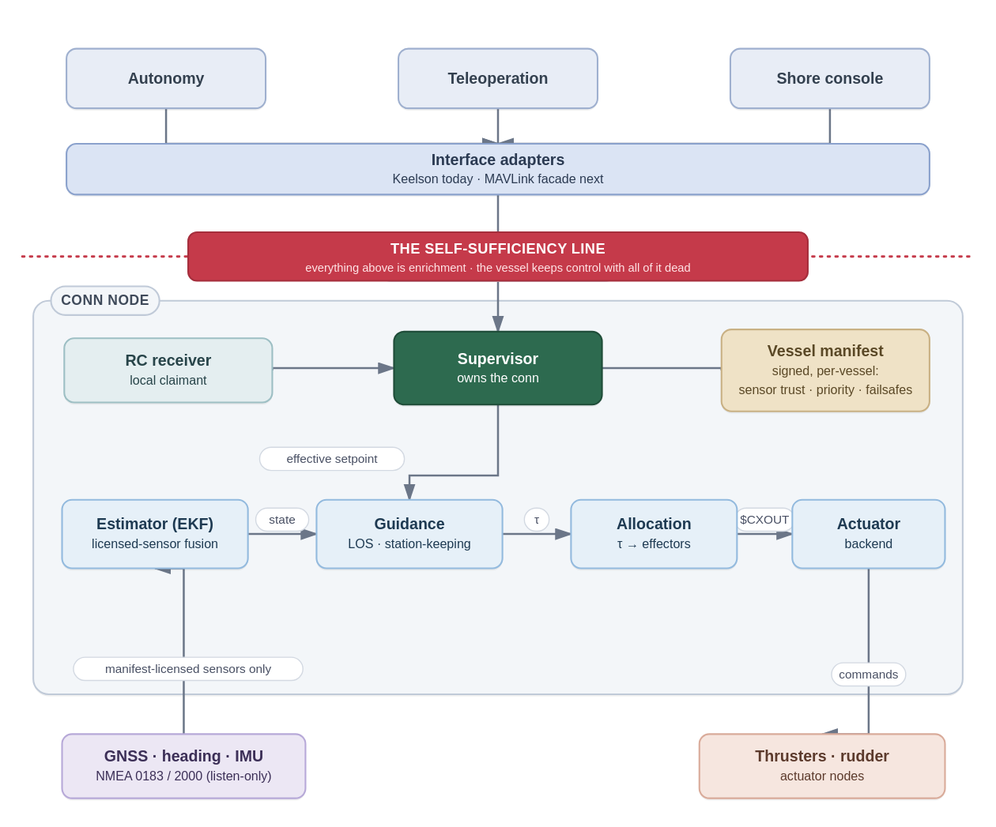
Earlier version of the draw.io export docs/architecture.drawio.svg (freol35241/coxswain). Source tidied: cells renumbered, new cells last; positions are measured from the earlier drawing's top-left corner, leaving out a move shared by most shapes.
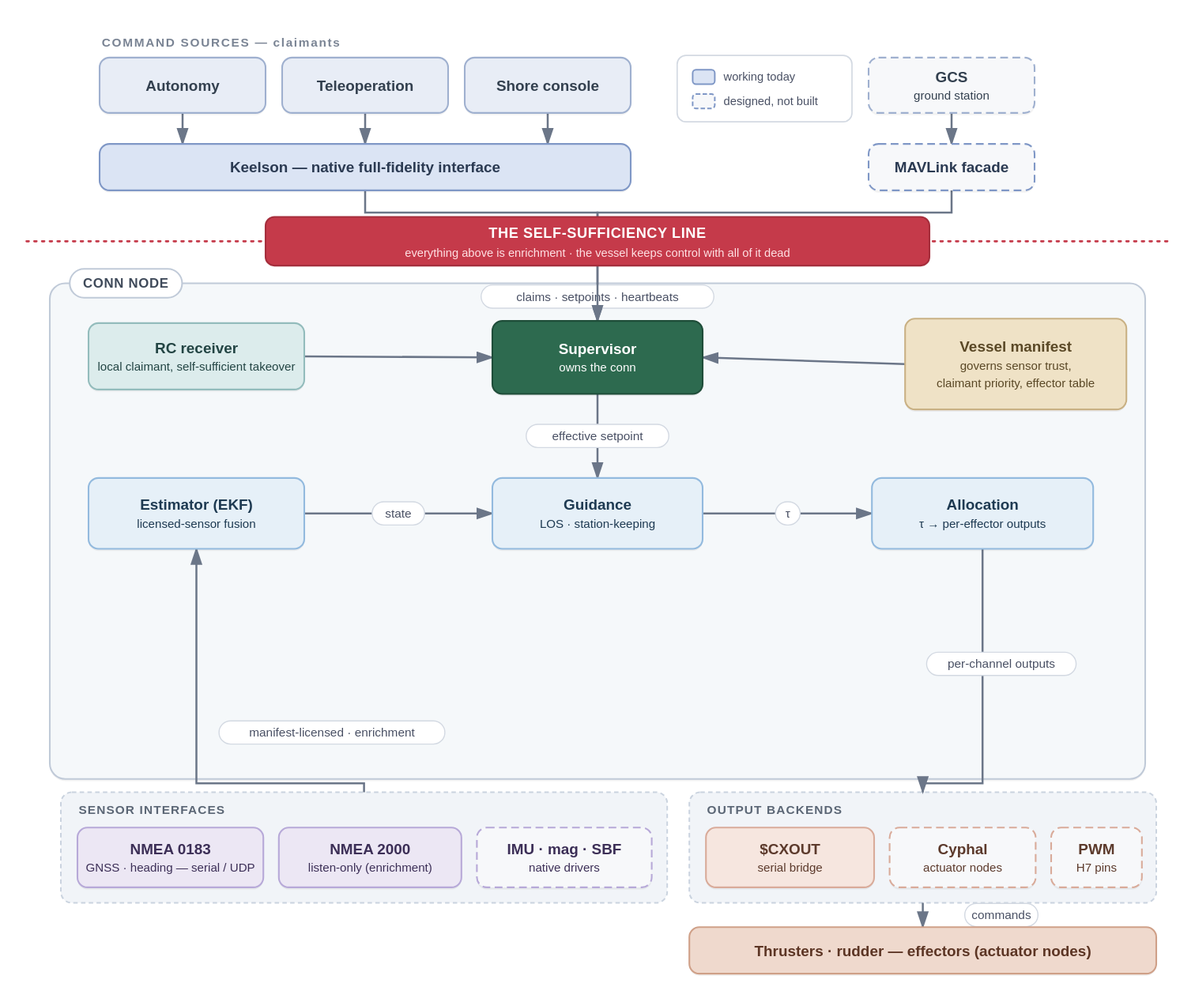
Above is the later version.

Commit message:
README: redraw architecture as three adapter families with build status

What changed in the source:
```diff
@@ -2,86 +2,116 @@
   <root>
     <mxCell id="0" />
     <mxCell id="1" parent="0" />
-    <mxCell id="2" value="CONN NODE" style="rounded=1;arcSize=10;whiteSpace=wrap;html=1;fillColor=#f3f6f9;strokeColor=#c0cad8;fontColor=#4a5568;verticalAlign=top;fontStyle=1;fontSize=12;spacingTop=6;" parent="1" vertex="1">
-      <mxGeometry y="228" width="840" height="356" as="geometry" />
+    <mxCell id="2" value="CONN NODE" style="rounded=1;arcSize=10;whiteSpace=wrap;html=1;strokeColor=#c0cad8;fontColor=#4a5568;fillColor=#f5f8fa;verticalAlign=top;fontStyle=1;fontSize=12;spacingTop=6;dashed=0;" parent="1" vertex="1">
+      <mxGeometry x="15" y="212" width="990" height="448" as="geometry" />
     </mxCell>
+    <mxCell id="29" value="SENSOR INTERFACES" style="rounded=1;arcSize=6;whiteSpace=wrap;html=1;dashed=1;dashPattern=4 3;fillColor=#f1f4f8;strokeColor=#cad3df;fontColor=#5b6675;verticalAlign=top;align=left;spacingLeft=14;spacingTop=6;fontStyle=1;fontSize=11;" parent="1" vertex="1">
+      <mxGeometry x="25" y="672" width="548" height="100" as="geometry" />
+    </mxCell>
+    <mxCell id="30" value="OUTPUT BACKENDS" style="rounded=1;arcSize=6;whiteSpace=wrap;html=1;dashed=1;dashPattern=4 3;fillColor=#f1f4f8;strokeColor=#cad3df;fontColor=#5b6675;verticalAlign=top;align=left;spacingLeft=14;spacingTop=6;fontStyle=1;fontSize=11;" parent="1" vertex="1">
+      <mxGeometry x="593" y="672" width="422" height="100" as="geometry" />
+    </mxCell>
-    <mxCell id="3" value="Autonomy" style="rounded=1;arcSize=10;whiteSpace=wrap;html=1;fillColor=#e8edf6;strokeColor=#9fb0cf;fontColor=#33404f;" parent="1" vertex="1">
-      <mxGeometry x="30" width="180" height="54" as="geometry" />
+    <mxCell id="3" value="Autonomy" style="rounded=1;arcSize=10;whiteSpace=wrap;html=1;strokeColor=#9fb0cf;fontColor=#33404f;fillColor=#e8edf6;" parent="1" vertex="1">
+      <mxGeometry x="60" y="8" width="150" height="50" as="geometry" />
     </mxCell>
-    <mxCell id="4" value="Teleoperation" style="rounded=1;arcSize=10;whiteSpace=wrap;html=1;fillColor=#e8edf6;strokeColor=#9fb0cf;fontColor=#33404f;" parent="1" vertex="1">
-      <mxGeometry x="330" width="180" height="54" as="geometry" />
+    <mxCell id="4" value="Teleoperation" style="rounded=1;arcSize=10;whiteSpace=wrap;html=1;strokeColor=#9fb0cf;fontColor=#33404f;fillColor=#e8edf6;" parent="1" vertex="1">
+      <mxGeometry x="225" y="8" width="150" height="50" as="geometry" />
     </mxCell>
-    <mxCell id="5" value="Shore console" style="rounded=1;arcSize=10;whiteSpace=wrap;html=1;fillColor=#e8edf6;strokeColor=#9fb0cf;fontColor=#33404f;" parent="1" vertex="1">
-      <mxGeometry x="630" width="180" height="54" as="geometry" />
+    <mxCell id="5" value="Shore console" style="rounded=1;arcSize=10;whiteSpace=wrap;html=1;strokeColor=#9fb0cf;fontColor=#33404f;fillColor=#e8edf6;" parent="1" vertex="1">
+      <mxGeometry x="390" y="8" width="150" height="50" as="geometry" />
     </mxCell>
-    <mxCell id="6" value="&lt;b&gt;Interface adapters&lt;/b&gt;&lt;br&gt;&lt;font style='font-size:10px'&gt;Keelson today  ·  MAVLink facade next&lt;/font&gt;" style="rounded=1;arcSize=10;whiteSpace=wrap;html=1;fillColor=#dbe4f4;strokeColor=#8aa1cc;fontColor=#2b3a52;" parent="1" vertex="1">
-      <mxGeometry x="30" y="86" width="780" height="46" as="geometry" />
-    </mxCell>
+    <mxCell id="31" value="&lt;b&gt;GCS&lt;/b&gt;&lt;br&gt;&lt;font style='font-size:10px'&gt;ground station&lt;/font&gt;" style="rounded=1;arcSize=10;whiteSpace=wrap;html=1;strokeColor=#9fb0cf;fontColor=#33404f;fillColor=#f7f8fa;dashed=1;" parent="1" vertex="1">
+      <mxGeometry x="755" y="8" width="150" height="50" as="geometry" />
+    </mxCell>
+    <mxCell id="32" value="Keelson  —  native full-fidelity interface" style="rounded=1;arcSize=10;whiteSpace=wrap;html=1;strokeColor=#7f97c6;fontColor=#2b3a52;fillColor=#dbe4f4;" parent="1" vertex="1">
+      <mxGeometry x="60" y="86" width="480" height="42" as="geometry" />
+    </mxCell>
+    <mxCell id="33" value="MAVLink facade" style="rounded=1;arcSize=10;whiteSpace=wrap;html=1;strokeColor=#7f97c6;fontColor=#2b3a52;fillColor=#f7f8fa;dashed=1;" parent="1" vertex="1">
+      <mxGeometry x="755" y="86" width="150" height="42" as="geometry" />
+    </mxCell>
-    <mxCell id="7" value="&lt;b&gt;RC receiver&lt;/b&gt;&lt;br&gt;&lt;font style='font-size:10px'&gt;local claimant&lt;/font&gt;" style="rounded=1;arcSize=10;whiteSpace=wrap;html=1;fillColor=#e4eef0;strokeColor=#9dbfc4;fontColor=#274449;" parent="1" vertex="1">
-      <mxGeometry x="28" y="262" width="188" height="58" as="geometry" />
+    <mxCell id="7" value="&lt;b&gt;RC receiver&lt;/b&gt;&lt;br&gt;&lt;font style='font-size:10px'&gt;local claimant, self-sufficient takeover&lt;/font&gt;" style="rounded=1;arcSize=10;whiteSpace=wrap;html=1;strokeColor=#93bcbc;fontColor=#234544;fillColor=#dcecec;" parent="1" vertex="1">
+      <mxGeometry x="50" y="248" width="195" height="60" as="geometry" />
     </mxCell>
-    <mxCell id="8" value="&lt;b&gt;Supervisor&lt;/b&gt;&lt;br&gt;&lt;font style='font-size:10px'&gt;owns the conn&lt;/font&gt;" style="rounded=1;arcSize=10;whiteSpace=wrap;html=1;fillColor=#2d6a4f;strokeColor=#1f4d39;fontColor=#ffffff;fontStyle=1;" parent="1" vertex="1">
-      <mxGeometry x="326" y="256" width="188" height="66" as="geometry" />
+    <mxCell id="8" value="&lt;b&gt;Supervisor&lt;/b&gt;&lt;br&gt;&lt;font style='font-size:10px'&gt;owns the conn&lt;/font&gt;" style="rounded=1;arcSize=10;whiteSpace=wrap;html=1;strokeColor=#1f4d39;fontColor=#ffffff;fillColor=#2d6a4f;fontStyle=1;" parent="1" vertex="1">
+      <mxGeometry x="415" y="246" width="190" height="66" as="geometry" />
     </mxCell>
-    <mxCell id="9" value="&lt;b&gt;Vessel manifest&lt;/b&gt;&lt;br&gt;&lt;font style='font-size:10px'&gt;signed, per-vessel:&lt;/font&gt;&lt;br&gt;&lt;font style='font-size:10px'&gt;sensor trust · priority · failsafes&lt;/font&gt;" style="rounded=1;arcSize=10;whiteSpace=wrap;html=1;fillColor=#efe2c6;strokeColor=#c9b184;fontColor=#5a4826;" parent="1" vertex="1">
-      <mxGeometry x="622" y="254" width="188" height="74" as="geometry" />
+    <mxCell id="9" value="&lt;b&gt;Vessel manifest&lt;/b&gt;&lt;br&gt;&lt;font style='font-size:10px'&gt;governs sensor trust,&lt;/font&gt;&lt;br&gt;&lt;font style='font-size:10px'&gt;claimant priority, effector table&lt;/font&gt;" style="rounded=1;arcSize=10;whiteSpace=wrap;html=1;strokeColor=#c9b184;fontColor=#5a4826;fillColor=#efe2c6;" parent="1" vertex="1">
+      <mxGeometry x="788" y="244" width="200" height="82" as="geometry" />
     </mxCell>
-    <mxCell id="10" value="&lt;b&gt;Estimator (EKF)&lt;/b&gt;&lt;br&gt;&lt;font style='font-size:10px'&gt;licensed-sensor fusion&lt;/font&gt;" style="rounded=1;arcSize=10;whiteSpace=wrap;html=1;fillColor=#e6f0f8;strokeColor=#93bade;fontColor=#1e3a52;" parent="1" vertex="1">
-      <mxGeometry x="26" y="408" width="168" height="62" as="geometry" />
+    <mxCell id="10" value="&lt;b&gt;Estimator (EKF)&lt;/b&gt;&lt;br&gt;&lt;font style='font-size:10px'&gt;licensed-sensor fusion&lt;/font&gt;" style="rounded=1;arcSize=10;whiteSpace=wrap;html=1;strokeColor=#93bade;fontColor=#1e3a52;fillColor=#e6f0f8;" parent="1" vertex="1">
+      <mxGeometry x="50" y="388" width="195" height="64" as="geometry" />
     </mxCell>
-    <mxCell id="11" value="&lt;b&gt;Guidance&lt;/b&gt;&lt;br&gt;&lt;font style='font-size:10px'&gt;LOS · station-keeping&lt;/font&gt;" style="rounded=1;arcSize=10;whiteSpace=wrap;html=1;fillColor=#e6f0f8;strokeColor=#93bade;fontColor=#1e3a52;" parent="1" vertex="1">
-      <mxGeometry x="256" y="408" width="168" height="62" as="geometry" />
+    <mxCell id="11" value="&lt;b&gt;Guidance&lt;/b&gt;&lt;br&gt;&lt;font style='font-size:10px'&gt;LOS · station-keeping&lt;/font&gt;" style="rounded=1;arcSize=10;whiteSpace=wrap;html=1;strokeColor=#93bade;fontColor=#1e3a52;fillColor=#e6f0f8;" parent="1" vertex="1">
+      <mxGeometry x="415" y="388" width="190" height="64" as="geometry" />
     </mxCell>
-    <mxCell id="12" value="&lt;b&gt;Allocation&lt;/b&gt;&lt;br&gt;&lt;font style='font-size:10px'&gt;τ → effectors&lt;/font&gt;" style="rounded=1;arcSize=10;whiteSpace=wrap;html=1;fillColor=#e6f0f8;strokeColor=#93bade;fontColor=#1e3a52;" parent="1" vertex="1">
-      <mxGeometry x="486" y="408" width="150" height="62" as="geometry" />
+    <mxCell id="12" value="&lt;b&gt;Allocation&lt;/b&gt;&lt;br&gt;&lt;font style='font-size:10px'&gt;τ → per-effector outputs&lt;/font&gt;" style="rounded=1;arcSize=10;whiteSpace=wrap;html=1;strokeColor=#93bade;fontColor=#1e3a52;fillColor=#e6f0f8;" parent="1" vertex="1">
+      <mxGeometry x="758" y="388" width="200" height="64" as="geometry" />
     </mxCell>
-    <mxCell id="13" value="&lt;b&gt;Actuator&lt;/b&gt;&lt;br&gt;&lt;font style='font-size:10px'&gt;backend&lt;/font&gt;" style="rounded=1;arcSize=10;whiteSpace=wrap;html=1;fillColor=#e6f0f8;strokeColor=#93bade;fontColor=#1e3a52;" parent="1" vertex="1">
-      <mxGeometry x="686" y="408" width="138" height="62" as="geometry" />
-    </mxCell>
-    <mxCell id="14" value="&lt;b&gt;GNSS · heading · IMU&lt;/b&gt;&lt;br&gt;&lt;font style='font-size:10px'&gt;NMEA 0183 / 2000  (listen-only)&lt;/font&gt;" style="rounded=1;arcSize=10;whiteSpace=wrap;html=1;fillColor=#ece7f4;strokeColor=#b7a9d8;fontColor=#3c2f57;" parent="1" vertex="1">
-      <mxGeometry x="26" y="620" width="220" height="58" as="geometry" />
-    </mxCell>
-    <mxCell id="15" value="&lt;b&gt;Thrusters · rudder&lt;/b&gt;&lt;br&gt;&lt;font style='font-size:10px'&gt;actuator nodes&lt;/font&gt;" style="rounded=1;arcSize=10;whiteSpace=wrap;html=1;fillColor=#f6e6df;strokeColor=#d9ab9a;fontColor=#5c3a2c;" parent="1" vertex="1">
-      <mxGeometry x="602" y="620" width="222" height="58" as="geometry" />
-    </mxCell>
+    <mxCell id="34" value="&lt;b&gt;NMEA 0183&lt;/b&gt;&lt;br&gt;&lt;font style='font-size:10px'&gt;GNSS · heading — serial / UDP&lt;/font&gt;" style="rounded=1;arcSize=10;whiteSpace=wrap;html=1;strokeColor=#b7a9d8;fontColor=#3c2f57;fillColor=#ece7f4;" parent="1" vertex="1">
+      <mxGeometry x="40" y="704" width="168" height="54" as="geometry" />
+    </mxCell>
+    <mxCell id="35" value="&lt;b&gt;NMEA 2000&lt;/b&gt;&lt;br&gt;&lt;font style='font-size:10px'&gt;listen-only (enrichment)&lt;/font&gt;" style="rounded=1;arcSize=10;whiteSpace=wrap;html=1;strokeColor=#b7a9d8;fontColor=#3c2f57;fillColor=#ece7f4;" parent="1" vertex="1">
+      <mxGeometry x="222" y="704" width="165" height="54" as="geometry" />
+    </mxCell>
+    <mxCell id="36" value="&lt;b&gt;IMU · mag · SBF&lt;/b&gt;&lt;br&gt;&lt;font style='font-size:10px'&gt;native drivers&lt;/font&gt;" style="rounded=1;arcSize=10;whiteSpace=wrap;html=1;strokeColor=#b7a9d8;fontColor=#3c2f57;fillColor=#f7f8fa;dashed=1;" parent="1" vertex="1">
+      <mxGeometry x="401" y="704" width="158" height="54" as="geometry" />
+    </mxCell>
+    <mxCell id="37" value="&lt;b&gt;$CXOUT&lt;/b&gt;&lt;br&gt;&lt;font style='font-size:10px'&gt;serial bridge&lt;/font&gt;" style="rounded=1;arcSize=10;whiteSpace=wrap;html=1;strokeColor=#d9ab9a;fontColor=#5c3a2c;fillColor=#f6e6df;" parent="1" vertex="1">
+      <mxGeometry x="608" y="704" width="152" height="54" as="geometry" />
+    </mxCell>
+    <mxCell id="38" value="&lt;b&gt;Cyphal&lt;/b&gt;&lt;br&gt;&lt;font style='font-size:10px'&gt;actuator nodes&lt;/font&gt;" style="rounded=1;arcSize=10;whiteSpace=wrap;html=1;strokeColor=#d9ab9a;fontColor=#5c3a2c;fillColor=#f7f8fa;dashed=1;" parent="1" vertex="1">
+      <mxGeometry x="774" y="704" width="132" height="54" as="geometry" />
+    </mxCell>
+    <mxCell id="39" value="&lt;b&gt;PWM&lt;/b&gt;&lt;br&gt;&lt;font style='font-size:10px'&gt;H7 pins&lt;/font&gt;" style="rounded=1;arcSize=10;whiteSpace=wrap;html=1;strokeColor=#d9ab9a;fontColor=#5c3a2c;fillColor=#f7f8fa;dashed=1;" parent="1" vertex="1">
+      <mxGeometry x="920" y="704" width="82" height="54" as="geometry" />
+    </mxCell>
+    <mxCell id="40" value="Thrusters · rudder  —  effectors (actuator nodes)" style="rounded=1;arcSize=10;whiteSpace=wrap;html=1;strokeColor=#cfa088;fontColor=#5c3524;fillColor=#efd9cd;" parent="1" vertex="1">
+      <mxGeometry x="593" y="794" width="422" height="42" as="geometry" />
+    </mxCell>
-    <mxCell id="16" value="&lt;b&gt;THE SELF-SUFFICIENCY LINE&lt;/b&gt;&lt;br&gt;&lt;font style='font-size:10px'&gt;everything above is enrichment · the vessel keeps control with all of it dead&lt;/font&gt;" style="rounded=1;arcSize=10;whiteSpace=wrap;html=1;fillColor=#c53a4a;strokeColor=#a52e3c;fontColor=#ffffff;dashed=0;" parent="1" vertex="1">
-      <mxGeometry x="140" y="166" width="560" height="44" as="geometry" />
+    <mxCell id="16" value="&lt;b&gt;THE SELF-SUFFICIENCY LINE&lt;/b&gt;&lt;br&gt;&lt;font style='font-size:10px'&gt;everything above is enrichment · the vessel keeps control with all of it dead&lt;/font&gt;" style="rounded=1;whiteSpace=wrap;html=1;fillColor=#c53a4a;strokeColor=#a52e3c;fontColor=#ffffff;" parent="1" vertex="1">
+      <mxGeometry x="210" y="152" width="600" height="44" as="geometry" />
     </mxCell>
-    <mxCell id="17" style="edgeStyle=orthogonalEdgeStyle;rounded=1;html=1;strokeColor=#6b7688;strokeWidth=1.8;endArrow=block;endFill=1;" parent="1" edge="1" source="3" target="6">
+    <mxCell id="17" style="edgeStyle=orthogonalEdgeStyle;rounded=1;html=1;strokeColor=#6b7688;strokeWidth=1.8;endArrow=block;endFill=1;" parent="1" edge="1" source="3" target="32">
       <mxGeometry relative="1" as="geometry" />
     </mxCell>
-    <mxCell id="18" style="edgeStyle=orthogonalEdgeStyle;rounded=1;html=1;strokeColor=#6b7688;strokeWidth=1.8;endArrow=block;endFill=1;" parent="1" edge="1" source="4" target="6">
+    <mxCell id="18" style="edgeStyle=orthogonalEdgeStyle;rounded=1;html=1;strokeColor=#6b7688;strokeWidth=1.8;endArrow=block;endFill=1;" parent="1" edge="1" source="4" target="32">
       <mxGeometry relative="1" as="geometry" />
     </mxCell>
-    <mxCell id="19" style="edgeStyle=orthogonalEdgeStyle;rounded=1;html=1;strokeColor=#6b7688;strokeWidth=1.8;endArrow=block;endFill=1;" parent="1" edge="1" source="5" target="6">
+    <mxCell id="19" style="edgeStyle=orthogonalEdgeStyle;rounded=1;html=1;strokeColor=#6b7688;strokeWidth=1.8;endArrow=block;endFill=1;" parent="1" edge="1" source="5" target="32">
       <mxGeometry relative="1" as="geometry" />
     </mxCell>
-    <mxCell id="20" value="claims · setpoints · heartbeats" style="edgeStyle=orthogonalEdgeStyle;rounded=1;html=1;strokeColor=#6b7688;strokeWidth=1.8;endArrow=block;endFill=1;" parent="1" edge="1" source="6" target="8">
+    <mxCell id="20" style="edgeStyle=orthogonalEdgeStyle;rounded=1;html=1;strokeColor=#6b7688;strokeWidth=1.8;endArrow=block;endFill=1;" parent="1" edge="1" source="31" target="33">
       <mxGeometry relative="1" as="geometry" />
     </mxCell>
-    <mxCell id="21" style="edgeStyle=orthogonalEdgeStyle;rounded=1;html=1;strokeColor=#6b7688;strokeWidth=1.8;endArrow=block;endFill=1;" parent="1" edge="1" source="7" target="8">
+    <mxCell id="21" value="claims · setpoints · heartbeats" style="edgeStyle=orthogonalEdgeStyle;rounded=1;html=1;strokeColor=#6b7688;strokeWidth=1.8;endArrow=block;endFill=1;" parent="1" edge="1" source="32" target="8">
       <mxGeometry relative="1" as="geometry" />
     </mxCell>
-    <mxCell id="22" style="edgeStyle=orthogonalEdgeStyle;rounded=1;html=1;strokeColor=#6b7688;strokeWidth=1.8;endArrow=block;endFill=1;" parent="1" edge="1" source="9" target="8">
+    <mxCell id="22" style="edgeStyle=orthogonalEdgeStyle;rounded=1;html=1;strokeColor=#6b7688;strokeWidth=1.8;endArrow=block;endFill=1;" parent="1" edge="1" source="33" target="8">
       <mxGeometry relative="1" as="geometry" />
     </mxCell>
-    <mxCell id="23" value="effective setpoint" style="edgeStyle=orthogonalEdgeStyle;rounded=1;html=1;strokeColor=#6b7688;strokeWidth=1.8;endArrow=block;endFill=1;" parent="1" edge="1" source="8" target="11">
+    <mxCell id="23" style="edgeStyle=orthogonalEdgeStyle;rounded=1;html=1;strokeColor=#6b7688;strokeWidth=1.8;endArrow=block;endFill=1;" parent="1" edge="1" source="7" target="8">
       <mxGeometry relative="1" as="geometry" />
     </mxCell>
-    <mxCell id="24" value="state" style="edgeStyle=orthogonalEdgeStyle;rounded=1;html=1;strokeColor=#6b7688;strokeWidth=1.8;endArrow=block;endFill=1;" parent="1" edge="1" source="10" target="11">
+    <mxCell id="24" style="edgeStyle=orthogonalEdgeStyle;rounded=1;html=1;strokeColor=#6b7688;strokeWidth=1.8;endArrow=block;endFill=1;" parent="1" edge="1" source="9" target="8">
       <mxGeometry relative="1" as="geometry" />
     </mxCell>
-    <mxCell id="25" value="τ" style="edgeStyle=orthogonalEdgeStyle;rounded=1;html=1;strokeColor=#6b7688;strokeWidth=1.8;endArrow=block;endFill=1;" parent="1" edge="1" source="11" target="12">
+    <mxCell id="25" value="effective setpoint" style="edgeStyle=orthogonalEdgeStyle;rounded=1;html=1;strokeColor=#6b7688;strokeWidth=1.8;endArrow=block;endFill=1;" parent="1" edge="1" source="8" target="11">
       <mxGeometry relative="1" as="geometry" />
     </mxCell>
-    <mxCell id="26" value="$CXOUT" style="edgeStyle=orthogonalEdgeStyle;rounded=1;html=1;strokeColor=#6b7688;strokeWidth=1.8;endArrow=block;endFill=1;" parent="1" edge="1" source="12" target="13">
+    <mxCell id="26" value="state" style="edgeStyle=orthogonalEdgeStyle;rounded=1;html=1;strokeColor=#6b7688;strokeWidth=1.8;endArrow=block;endFill=1;" parent="1" edge="1" source="10" target="11">
       <mxGeometry relative="1" as="geometry" />
     </mxCell>
-    <mxCell id="27" value="manifest-licensed sensors only" style="edgeStyle=orthogonalEdgeStyle;rounded=1;html=1;strokeColor=#6b7688;strokeWidth=1.8;endArrow=block;endFill=1;" parent="1" edge="1" source="14" target="10">
+    <mxCell id="27" value="τ" style="edgeStyle=orthogonalEdgeStyle;rounded=1;html=1;strokeColor=#6b7688;strokeWidth=1.8;endArrow=block;endFill=1;" parent="1" edge="1" source="11" target="12">
       <mxGeometry relative="1" as="geometry" />
     </mxCell>
-    <mxCell id="28" value="commands" style="edgeStyle=orthogonalEdgeStyle;rounded=1;html=1;strokeColor=#6b7688;strokeWidth=1.8;endArrow=block;endFill=1;" parent="1" edge="1" source="13" target="15">
+    <mxCell id="28" value="manifest-licensed · enrichment" style="edgeStyle=orthogonalEdgeStyle;rounded=1;html=1;strokeColor=#6b7688;strokeWidth=1.8;endArrow=block;endFill=1;" parent="1" edge="1" source="29" target="10">
       <mxGeometry relative="1" as="geometry" />
     </mxCell>
+    <mxCell id="41" value="per-channel outputs" style="edgeStyle=orthogonalEdgeStyle;rounded=1;html=1;strokeColor=#6b7688;strokeWidth=1.8;endArrow=block;endFill=1;" parent="1" edge="1" source="12" target="30">
+      <mxGeometry relative="1" as="geometry" />
+    </mxCell>
+    <mxCell id="42" value="commands" style="edgeStyle=orthogonalEdgeStyle;rounded=1;html=1;strokeColor=#6b7688;strokeWidth=1.8;endArrow=block;endFill=1;" parent="1" edge="1" source="30" target="40">
+      <mxGeometry relative="1" as="geometry" />
+    </mxCell>
   </root>
 </mxGraphModel>
```
